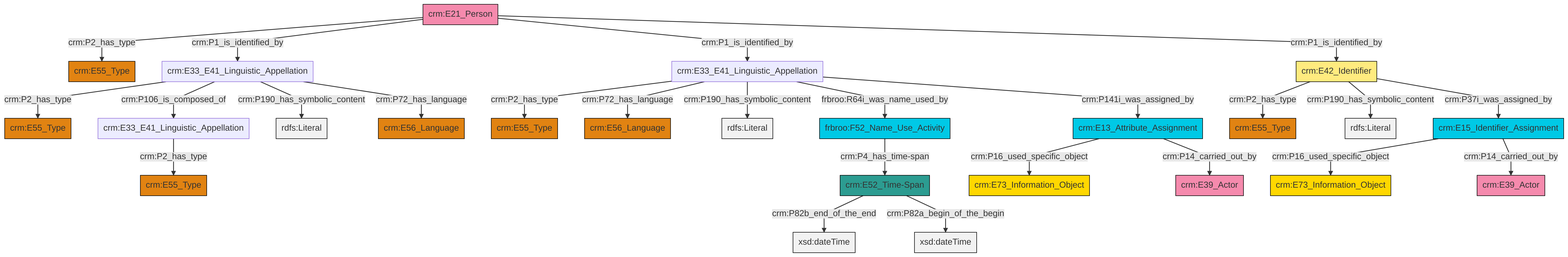
Earlier version of the Mermaid export et/personCSV/ttl/mmd/png/Person_Names_and_Classification.png (swiss-art-research-net/docs.swissartresearch). Its source is kept beside it as et/personCSV/ttl/mmd/Person_Names_and_Classification.ttl.mmd.
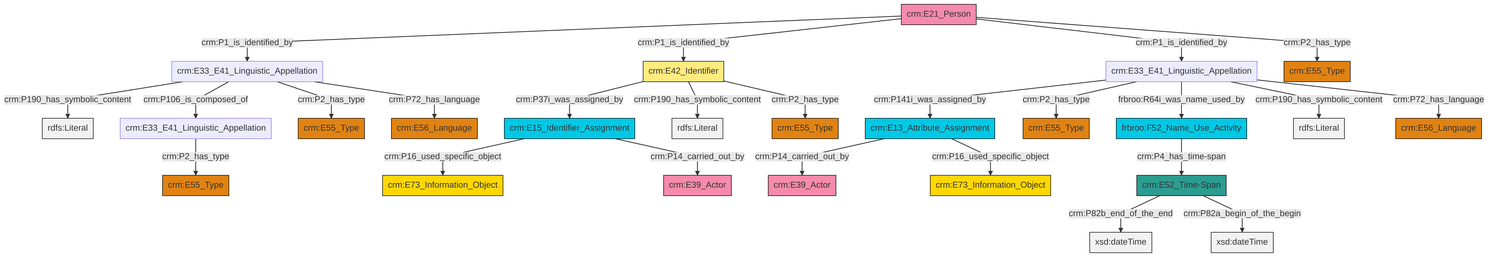
After the commit.

Change to the diagram source:
```diff
@@ -13,27 +13,27 @@
 classDef PC_Classes fill:#4ce600, stroke:#000000;
 classDef Multi fill:#cccccc,stroke:#000000;
 
-4["crm:E33_E41_Linguistic_Appellation"]:::Default -->|crm:P2_has_type| 5["crm:E55_Type"]:::Type
-6["crm:E33_E41_Linguistic_Appellation"]:::Default -->|crm:P2_has_type| 7["crm:E55_Type"]:::Type
-0["crm:E52_Time-Span"]:::Time-Span -->|crm:P82b_end_of_the_end| 8[xsd:dateTime]:::Literal
-14["frbroo:F52_Name_Use_Activity"]:::Temporal_Entity -->|crm:P4_has_time-span| 0["crm:E52_Time-Span"]:::Time-Span
-4["crm:E33_E41_Linguistic_Appellation"]:::Default -->|crm:P72_has_language| 17["crm:E56_Language"]:::Type
-20["crm:E21_Person"]:::Actor -->|crm:P2_has_type| 18["crm:E55_Type"]:::Type
-21["crm:E42_Identifier"]:::Appellation -->|crm:P2_has_type| 22["crm:E55_Type"]:::Type
-6["crm:E33_E41_Linguistic_Appellation"]:::Default -->|crm:P106_is_composed_of| 11["crm:E33_E41_Linguistic_Appellation"]:::Default
-21["crm:E42_Identifier"]:::Appellation -->|crm:P190_has_symbolic_content| 23[rdfs:Literal]:::Literal
-25["crm:E13_Attribute_Assignment"]:::Temporal_Entity -->|crm:P16_used_specific_object| 27["crm:E73_Information_Object"]:::Conceptual_Object
-6["crm:E33_E41_Linguistic_Appellation"]:::Default -->|crm:P190_has_symbolic_content| 28[rdfs:Literal]:::Literal
-25["crm:E13_Attribute_Assignment"]:::Temporal_Entity -->|crm:P14_carried_out_by| 15["crm:E39_Actor"]:::Actor
-11["crm:E33_E41_Linguistic_Appellation"]:::Default -->|crm:P2_has_type| 29["crm:E55_Type"]:::Type
-9["crm:E15_Identifier_Assignment"]:::Temporal_Entity -->|crm:P16_used_specific_object| 34["crm:E73_Information_Object"]:::Conceptual_Object
-4["crm:E33_E41_Linguistic_Appellation"]:::Default -->|crm:P190_has_symbolic_content| 35[rdfs:Literal]:::Literal
-9["crm:E15_Identifier_Assignment"]:::Temporal_Entity -->|crm:P14_carried_out_by| 2["crm:E39_Actor"]:::Actor
-0["crm:E52_Time-Span"]:::Time-Span -->|crm:P82a_begin_of_the_begin| 37[xsd:dateTime]:::Literal
-20["crm:E21_Person"]:::Actor -->|crm:P1_is_identified_by| 6["crm:E33_E41_Linguistic_Appellation"]:::Default
-20["crm:E21_Person"]:::Actor -->|crm:P1_is_identified_by| 4["crm:E33_E41_Linguistic_Appellation"]:::Default
-20["crm:E21_Person"]:::Actor -->|crm:P1_is_identified_by| 21["crm:E42_Identifier"]:::Appellation
-4["crm:E33_E41_Linguistic_Appellation"]:::Default -->|frbroo:R64i_was_name_used_by| 14["frbroo:F52_Name_Use_Activity"]:::Temporal_Entity
-4["crm:E33_E41_Linguistic_Appellation"]:::Default -->|crm:P141i_was_assigned_by| 25["crm:E13_Attribute_Assignment"]:::Temporal_Entity
-21["crm:E42_Identifier"]:::Appellation -->|crm:P37i_was_assigned_by| 9["crm:E15_Identifier_Assignment"]:::Temporal_Entity
-6["crm:E33_E41_Linguistic_Appellation"]:::Default -->|crm:P72_has_language| 42["crm:E56_Language"]:::Type
+4["crm:E42_Identifier"]:::Appellation -->|crm:P37i_was_assigned_by| 5["crm:E15_Identifier_Assignment"]:::Temporal_Entity
+4["crm:E42_Identifier"]:::Appellation -->|crm:P190_has_symbolic_content| 8[rdfs:Literal]:::Literal
+4["crm:E42_Identifier"]:::Appellation -->|crm:P2_has_type| 9["crm:E55_Type"]:::Type
+12["crm:E13_Attribute_Assignment"]:::Temporal_Entity -->|crm:P14_carried_out_by| 0["crm:E39_Actor"]:::Actor
+15["crm:E52_Time-Span"]:::Time-Span -->|crm:P82b_end_of_the_end| 16[xsd:dateTime]:::Literal
+19["crm:E33_E41_Linguistic_Appellation"]:::Default -->|crm:P141i_was_assigned_by| 12["crm:E13_Attribute_Assignment"]:::Temporal_Entity
+19["crm:E33_E41_Linguistic_Appellation"]:::Default -->|crm:P2_has_type| 20["crm:E55_Type"]:::Type
+21["crm:E33_E41_Linguistic_Appellation"]:::Default -->|crm:P190_has_symbolic_content| 22[rdfs:Literal]:::Literal
+5["crm:E15_Identifier_Assignment"]:::Temporal_Entity -->|crm:P16_used_specific_object| 27["crm:E73_Information_Object"]:::Conceptual_Object
+19["crm:E33_E41_Linguistic_Appellation"]:::Default -->|frbroo:R64i_was_name_used_by| 23["frbroo:F52_Name_Use_Activity"]:::Temporal_Entity
+21["crm:E33_E41_Linguistic_Appellation"]:::Default -->|crm:P106_is_composed_of| 29["crm:E33_E41_Linguistic_Appellation"]:::Default
+19["crm:E33_E41_Linguistic_Appellation"]:::Default -->|crm:P190_has_symbolic_content| 31[rdfs:Literal]:::Literal
+17["crm:E21_Person"]:::Actor -->|crm:P1_is_identified_by| 21["crm:E33_E41_Linguistic_Appellation"]:::Default
+12["crm:E13_Attribute_Assignment"]:::Temporal_Entity -->|crm:P16_used_specific_object| 6["crm:E73_Information_Object"]:::Conceptual_Object
+19["crm:E33_E41_Linguistic_Appellation"]:::Default -->|crm:P72_has_language| 25["crm:E56_Language"]:::Type
+23["frbroo:F52_Name_Use_Activity"]:::Temporal_Entity -->|crm:P4_has_time-span| 15["crm:E52_Time-Span"]:::Time-Span
+17["crm:E21_Person"]:::Actor -->|crm:P1_is_identified_by| 4["crm:E42_Identifier"]:::Appellation
+17["crm:E21_Person"]:::Actor -->|crm:P1_is_identified_by| 19["crm:E33_E41_Linguistic_Appellation"]:::Default
+5["crm:E15_Identifier_Assignment"]:::Temporal_Entity -->|crm:P14_carried_out_by| 10["crm:E39_Actor"]:::Actor
+21["crm:E33_E41_Linguistic_Appellation"]:::Default -->|crm:P2_has_type| 2["crm:E55_Type"]:::Type
+17["crm:E21_Person"]:::Actor -->|crm:P2_has_type| 40["crm:E55_Type"]:::Type
+21["crm:E33_E41_Linguistic_Appellation"]:::Default -->|crm:P72_has_language| 13["crm:E56_Language"]:::Type
+15["crm:E52_Time-Span"]:::Time-Span -->|crm:P82a_begin_of_the_begin| 43[xsd:dateTime]:::Literal
+29["crm:E33_E41_Linguistic_Appellation"]:::Default -->|crm:P2_has_type| 38["crm:E55_Type"]:::Type
```
